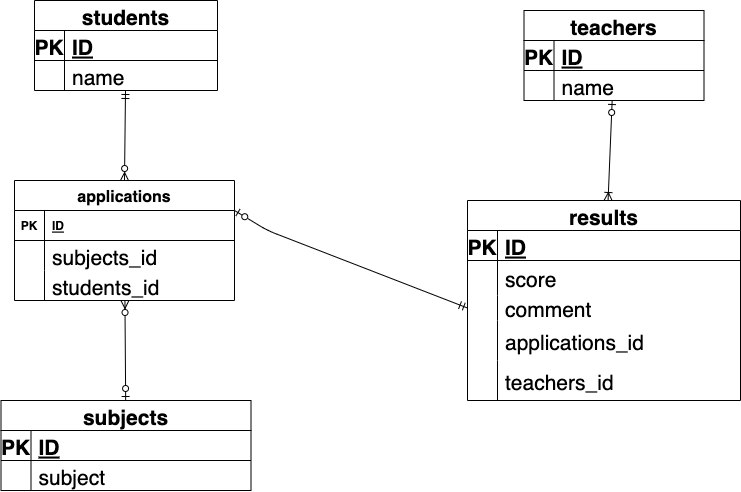
Before: index.drawio.png, a diagram exported from draw.io (kotasuke55/0526). Source tidied: cells renumbered, new cells last; positions are measured from the earlier drawing's top-left corner, leaving out a move shared by most shapes.
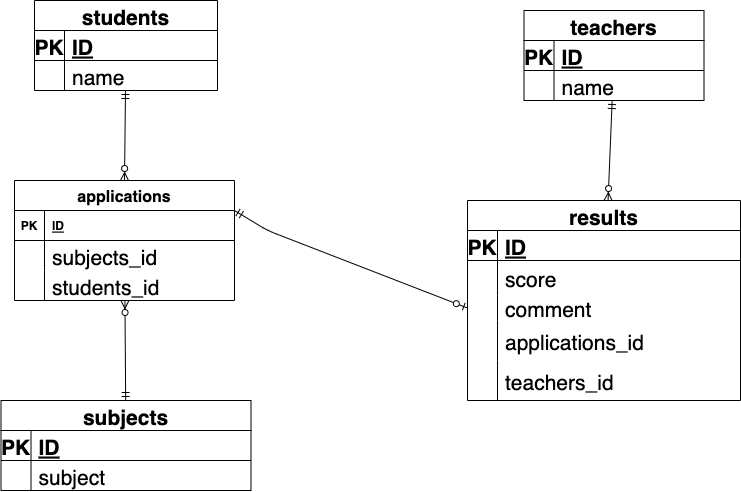
The same file after the commit.

The edit, as a diff of the source:
```diff
@@ -47,7 +47,7 @@
     <mxCell id="16" value="name" style="shape=partialRectangle;fillColor=none;top=0;left=0;bottom=0;right=0;align=left;spacingLeft=6;overflow=hidden;shadow=0;fontSize=21;" parent="14" vertex="1">
       <mxGeometry x="30" width="150" height="30" as="geometry" />
     </mxCell>
-    <mxCell id="17" style="edgeStyle=none;html=1;fontSize=21;startArrow=ERoneToMany;startFill=0;endArrow=ERzeroToOne;endFill=0;" parent="1" edge="1" source="18" target="10">
+    <mxCell id="17" style="edgeStyle=none;html=1;fontSize=21;startArrow=ERzeroToMany;startFill=0;endArrow=ERmandOne;endFill=0;" parent="1" edge="1" source="18" target="10">
       <mxGeometry relative="1" as="geometry" />
     </mxCell>
     <mxCell id="18" value="results" style="shape=table;startSize=30;rowLines=0;fontStyle=1;align=center;shadow=0;fontSize=21;" parent="1" vertex="1">
@@ -98,7 +98,7 @@
     <mxCell id="33" value="teachers_id" style="shape=partialRectangle;fillColor=none;top=0;left=0;bottom=0;right=0;align=left;spacingLeft=6;overflow=hidden;fontSize=21;" parent="31" vertex="1">
       <mxGeometry x="30" width="243" height="40" as="geometry" />
     </mxCell>
-    <mxCell id="34" style="edgeStyle=none;html=1;fontSize=21;startArrow=ERzeroToMany;startFill=0;endArrow=ERzeroToOne;endFill=0;" parent="1" edge="1" source="35" target="46">
+    <mxCell id="34" style="edgeStyle=none;html=1;fontSize=21;startArrow=ERzeroToMany;startFill=0;endArrow=ERmandOne;endFill=0;" parent="1" edge="1" source="35" target="46">
       <mxGeometry relative="1" as="geometry" />
     </mxCell>
     <mxCell id="35" value="applications" style="shape=table;startSize=30;rowLines=0;fontStyle=1;align=center;fontSize=16;" parent="1" vertex="1">
@@ -131,7 +131,7 @@
     <mxCell id="44" value="students_id" style="shape=partialRectangle;fillColor=none;top=0;left=0;bottom=0;right=0;align=left;spacingLeft=6;overflow=hidden;fontSize=21;" parent="42" vertex="1">
       <mxGeometry x="30" width="190" height="30" as="geometry" />
     </mxCell>
-    <mxCell id="45" style="edgeStyle=none;html=1;entryX=0;entryY=0.5;entryDx=0;entryDy=0;fontSize=21;startArrow=ERzeroToOne;startFill=0;endArrow=ERmandOne;endFill=0;exitX=1;exitY=0.25;exitDx=0;exitDy=0;" parent="1" edge="1" source="35" target="25">
+    <mxCell id="45" style="edgeStyle=none;html=1;entryX=0;entryY=0.5;entryDx=0;entryDy=0;fontSize=21;startArrow=ERmandOne;startFill=0;endArrow=ERzeroToOne;endFill=0;exitX=1;exitY=0.25;exitDx=0;exitDy=0;" parent="1" edge="1" source="35" target="25">
       <mxGeometry relative="1" as="geometry">
         <Array as="points">
           <mxPoint x="266" y="230" />
```
